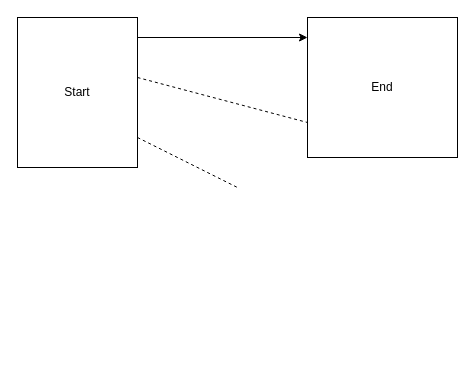
Before: page "AddNumber" (2 of 3) of random/flow.drawio in ArrowAI/ArrowAgents, a draw.io diagram. Source tidied: cells renumbered, new cells numbered last; positions are measured from the earlier drawing's top-left corner, leaving out a move shared by most shapes. Both pictures are drawn from the tidied source at 100%, with x=0, y=0 at pixel (17, 17).
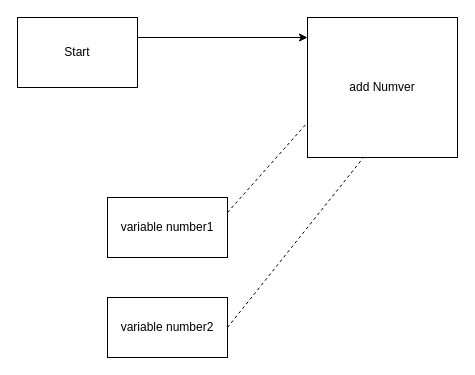
The same diagram, later.

What changed in the source:
```diff
@@
 <mxGraphModel>
   <root>
     <mxCell id="0" />
     <mxCell id="1" parent="0" />
     <mxCell id="2" value="Start" style="rounded=0;whiteSpace=wrap;html=1;" parent="1" vertex="1">
-      <mxGeometry width="120" height="150" as="geometry" />
+      <mxGeometry width="120" height="70" as="geometry" />
     </mxCell>
-    <mxCell id="3" style="endArrow=none;dashed=1;html=1;entryX=0;entryY=0.75;entryDx=0;entryDy=0;" parent="1" edge="1" target="6">
-      <mxGeometry relative="1" as="geometry">
-        <mxPoint x="120" y="60" as="sourcePoint" />
-      </mxGeometry>
-    </mxCell>
-    <mxCell id="4" style="endArrow=none;dashed=1;html=1;" parent="1" edge="1">
-      <mxGeometry relative="1" as="geometry">
-        <mxPoint x="120" y="120" as="sourcePoint" />
-        <mxPoint x="220" y="170" as="targetPoint" />
-      </mxGeometry>
-    </mxCell>
     <mxCell id="5" style="endArrow=classic;html=1;" parent="1" edge="1">
       <mxGeometry relative="1" as="geometry">
         <mxPoint x="120" y="20" as="sourcePoint" />
         <mxPoint x="290" y="20" as="targetPoint" />
       </mxGeometry>
     </mxCell>
-    <mxCell id="6" value="End" style="rounded=0;whiteSpace=wrap;html=1;" parent="1" vertex="1">
+    <mxCell id="6" value="add Numver" style="rounded=0;whiteSpace=wrap;html=1;" parent="1" vertex="1">
       <mxGeometry x="290" width="150" height="140" as="geometry" />
     </mxCell>
+    <mxCell id="7" value="variable number1" style="rounded=0;whiteSpace=wrap;html=1;" parent="1" vertex="1">
+      <mxGeometry x="90" y="180" width="120" height="60" as="geometry" />
+    </mxCell>
+    <mxCell id="8" value="variable number2" style="rounded=0;whiteSpace=wrap;html=1;" parent="1" vertex="1">
+      <mxGeometry x="90" y="280" width="120" height="60" as="geometry" />
+    </mxCell>
+    <mxCell id="9" style="endArrow=none;dashed=1;html=1;exitX=1;exitY=0.25;exitDx=0;exitDy=0;entryX=0;entryY=0.75;entryDx=0;entryDy=0;" parent="1" edge="1" source="7" target="6">
+      <mxGeometry relative="1" as="geometry" />
+    </mxCell>
+    <mxCell id="10" style="endArrow=none;dashed=1;html=1;exitX=1;exitY=0.5;exitDx=0;exitDy=0;entryX=0.369;entryY=1.006;entryDx=0;entryDy=0;entryPerimeter=0;" parent="1" edge="1" source="8" target="6">
+      <mxGeometry relative="1" as="geometry" />
+    </mxCell>
   </root>
 </mxGraphModel>
```
